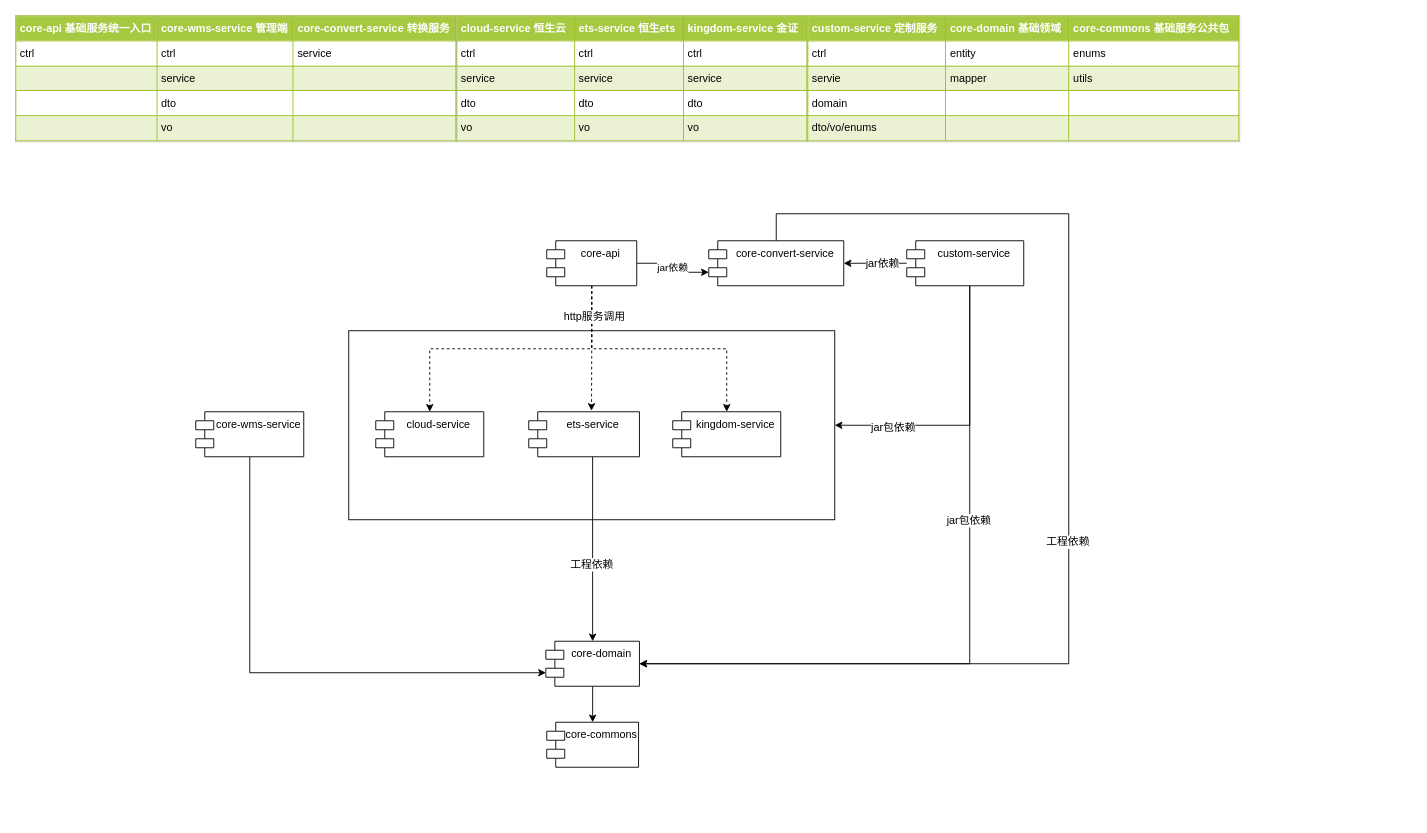
Above: 基金3.0包图.drawio in ammengke/my-drawio (draw.io), before the change. Source tidied: cells renumbered, new cells numbered last; positions are measured from the earlier drawing's top-left corner, leaving out a move shared by most shapes. Both pictures are drawn from the tidied source at 90%, with x=0, y=0 at pixel (15, 15).
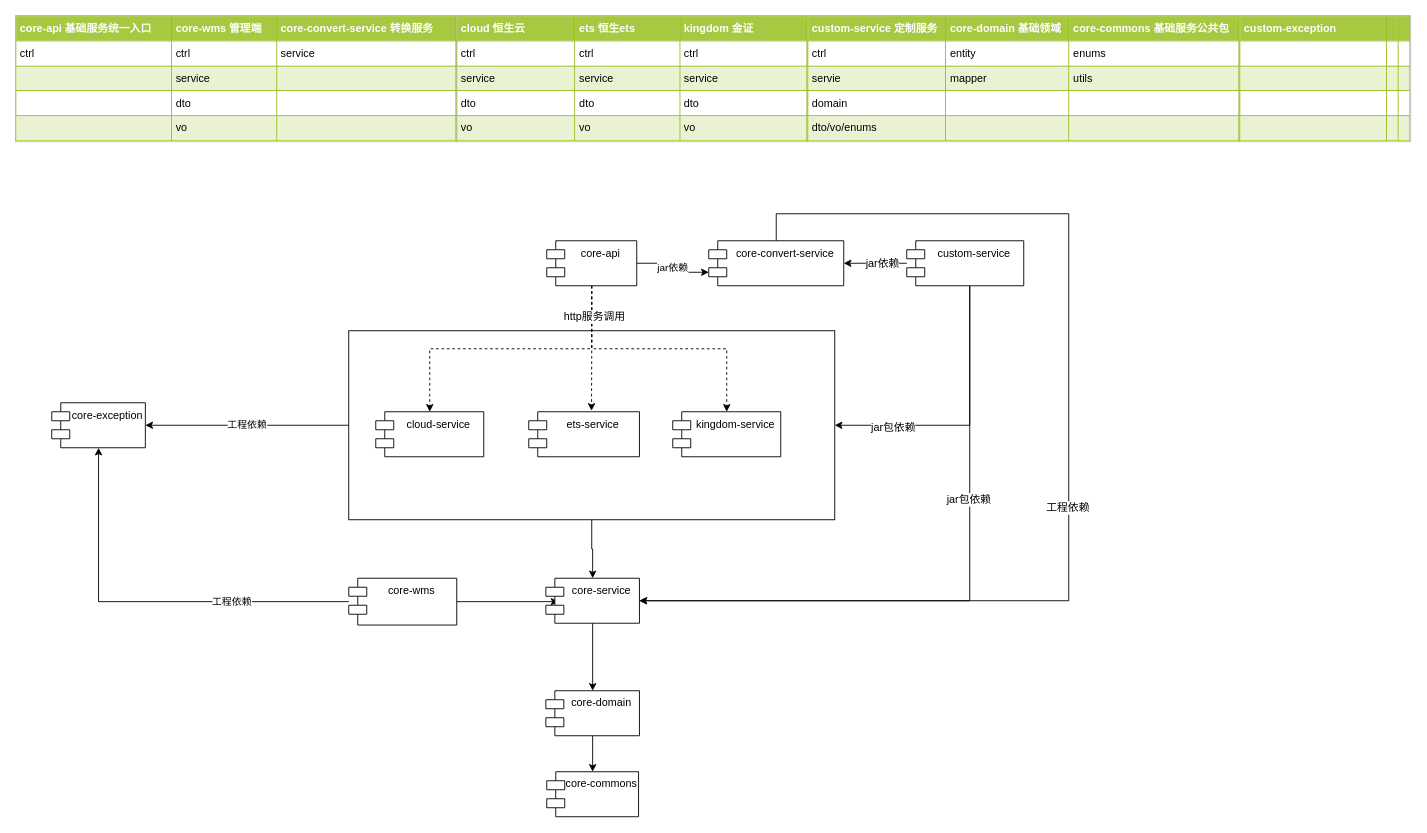
The same page after the edit.

The change refers to these unchanged cells:
```xml
<mxCell id="2" style="rounded=0;whiteSpace=wrap;html=1;" parent="1" vertex="1">
  <mxGeometry x="370" y="350" width="540" height="210" as="geometry" />
</mxCell>
<mxCell id="11" value="ets-service" style="shape=module;align=left;spacingLeft=20;align=center;verticalAlign=top;" parent="1" vertex="1">
  <mxGeometry x="570" y="440" width="123" height="50" as="geometry" />
</mxCell>
<mxCell id="16" value="core-convert-service" style="shape=module;align=left;spacingLeft=20;align=center;verticalAlign=top;" parent="1" vertex="1">
  <mxGeometry x="770" y="250" width="150" height="50" as="geometry" />
</mxCell>
<mxCell id="23" value="custom-service" style="shape=module;align=left;spacingLeft=20;align=center;verticalAlign=top;" parent="1" vertex="1">
  <mxGeometry x="990" y="250" width="130" height="50" as="geometry" />
</mxCell>
```

Diff of the diagram source:
```diff
@@
+    <mxCell id="32" value="工程依赖" style="edgeStyle=orthogonalEdgeStyle;rounded=0;jettySize=auto;html=1;entryX=1;entryY=0.5;entryDx=0;entryDy=0;" parent="1" edge="1" source="2" target="38">
+      <mxGeometry relative="1" as="geometry" />
+    </mxCell>
+    <mxCell id="33" style="edgeStyle=orthogonalEdgeStyle;rounded=0;jettySize=auto;html=1;entryX=0.5;entryY=0;entryDx=0;entryDy=0;" parent="1" edge="1" source="2" target="37">
+      <mxGeometry relative="1" as="geometry" />
+    </mxCell>
@@
-    <mxCell id="9" style="edgeStyle=orthogonalEdgeStyle;rounded=0;jettySize=auto;html=1;exitX=0.577;exitY=1;exitDx=0;exitDy=0;exitPerimeter=0;" parent="1" edge="1" source="11" target="25">
-      <mxGeometry relative="1" as="geometry" />
-    </mxCell>
-    <mxCell id="10" value="工程依赖" style="text;html=1;align=center;verticalAlign=middle;labelBackgroundColor=#ffffff;" parent="9" vertex="1">
-      <mxGeometry x="-0.07" y="3" relative="1" as="geometry">
-        <mxPoint x="-4" y="24" as="offset" />
-      </mxGeometry>
-    </mxCell>
@@
-    <mxCell id="14" style="edgeStyle=orthogonalEdgeStyle;rounded=0;jettySize=auto;html=1;entryX=1;entryY=0.5;entryDx=0;entryDy=0;" parent="1" edge="1" source="16" target="25">
+    <mxCell id="14" style="edgeStyle=orthogonalEdgeStyle;rounded=0;jettySize=auto;html=1;entryX=1;entryY=0.5;entryDx=0;entryDy=0;" parent="1" edge="1" source="16" target="37">
       <mxGeometry relative="1" as="geometry">
         <Array as="points">
           <mxPoint x="845" y="220" />
           <mxPoint x="1170" y="220" />
-          <mxPoint x="1170" y="720" />
+          <mxPoint x="1170" y="650" />
         </Array>
       </mxGeometry>
     </mxCell>
@@
-    <mxCell id="17" style="edgeStyle=orthogonalEdgeStyle;rounded=0;jettySize=auto;html=1;entryX=1;entryY=0.5;entryDx=0;entryDy=0;" parent="1" edge="1" source="23" target="25">
+    <mxCell id="17" style="edgeStyle=orthogonalEdgeStyle;rounded=0;jettySize=auto;html=1;" parent="1" edge="1" source="23" target="37">
       <mxGeometry relative="1" as="geometry">
         <Array as="points">
-          <mxPoint x="1060" y="720" />
+          <mxPoint x="1060" y="650" />
         </Array>
       </mxGeometry>
     </mxCell>
@@
     <mxCell id="25" value="core-domain" style="shape=module;align=left;spacingLeft=20;align=center;verticalAlign=top;" parent="1" vertex="1">
-      <mxGeometry x="589" y="695" width="104" height="50" as="geometry" />
+      <mxGeometry x="589" y="750" width="104" height="50" as="geometry" />
     </mxCell>
-    <mxCell id="26" style="edgeStyle=orthogonalEdgeStyle;rounded=0;jettySize=auto;html=1;entryX=0;entryY=0;entryDx=0;entryDy=35;entryPerimeter=0;" parent="1" edge="1" source="27" target="25">
-      <mxGeometry relative="1" as="geometry">
-        <Array as="points">
-          <mxPoint x="260" y="730" />
-        </Array>
-      </mxGeometry>
-    </mxCell>
+    <mxCell id="34" style="edgeStyle=orthogonalEdgeStyle;rounded=0;jettySize=auto;html=1;entryX=0.135;entryY=0.52;entryDx=0;entryDy=0;entryPerimeter=0;" parent="1" edge="1" source="27" target="37">
+      <mxGeometry relative="1" as="geometry" />
+    </mxCell>
+    <mxCell id="35" value="工程依赖" style="edgeStyle=orthogonalEdgeStyle;rounded=0;jettySize=auto;html=1;entryX=0.5;entryY=1;entryDx=0;entryDy=0;" parent="1" edge="1" source="27" target="38">
+      <mxGeometry x="-0.42" relative="1" as="geometry" />
+    </mxCell>
-    <mxCell id="27" value="core-wms-service" style="shape=module;align=left;spacingLeft=20;align=center;verticalAlign=top;" parent="1" vertex="1">
-      <mxGeometry x="200" y="440" width="120" height="50" as="geometry" />
+    <mxCell id="27" value="core-wms" style="shape=module;align=center;spacingLeft=20;align=center;verticalAlign=top;" parent="1" vertex="1">
+      <mxGeometry x="370" y="625" width="120" height="52" as="geometry" />
     </mxCell>
-    <mxCell id="28" value="&lt;table border=&quot;1&quot; width=&quot;100%&quot; cellpadding=&quot;4&quot; style=&quot;width: 100% ; height: 100% ; border-collapse: collapse&quot;&gt;&lt;tbody&gt;&lt;tr style=&quot;background-color: #a7c942 ; color: #ffffff ; border: 1px solid #98bf21&quot;&gt;&lt;th align=&quot;left&quot;&gt;core-api 基础服务统一入口&lt;/th&gt;&lt;th align=&quot;left&quot;&gt;core-wms-service 管理端&lt;/th&gt;&lt;th align=&quot;left&quot;&gt;core-convert-service 转换服务&lt;/th&gt;&lt;/tr&gt;&lt;tr style=&quot;border: 1px solid #98bf21&quot;&gt;&lt;td&gt;ctrl&lt;/td&gt;&lt;td&gt;ctrl&lt;/td&gt;&lt;td&gt;service&lt;/td&gt;&lt;/tr&gt;&lt;tr style=&quot;background-color: #eaf2d3 ; border: 1px solid #98bf21&quot;&gt;&lt;td&gt;&lt;br&gt;&lt;/td&gt;&lt;td&gt;service&lt;/td&gt;&lt;td&gt;&lt;br&gt;&lt;/td&gt;&lt;/tr&gt;&lt;tr style=&quot;border: 1px solid #98bf21&quot;&gt;&lt;td&gt;&lt;br&gt;&lt;/td&gt;&lt;td&gt;dto&lt;/td&gt;&lt;td&gt;&lt;br&gt;&lt;/td&gt;&lt;/tr&gt;&lt;tr style=&quot;background-color: #eaf2d3 ; border: 1px solid #98bf21&quot;&gt;&lt;td&gt;&lt;br&gt;&lt;/td&gt;&lt;td&gt;vo&lt;/td&gt;&lt;td&gt;&lt;br&gt;&lt;/td&gt;&lt;/tr&gt;&lt;/tbody&gt;&lt;/table&gt;" style="text;html=1;strokeColor=#c0c0c0;fillColor=#ffffff;overflow=fill;rounded=0;glass=0;shadow=0;gradientColor=none;" parent="1" vertex="1">
+    <mxCell id="28" value="&lt;table border=&quot;1&quot; width=&quot;100%&quot; cellpadding=&quot;4&quot; style=&quot;width: 100% ; height: 100% ; border-collapse: collapse&quot;&gt;&lt;tbody&gt;&lt;tr style=&quot;background-color: #a7c942 ; color: #ffffff ; border: 1px solid #98bf21&quot;&gt;&lt;th align=&quot;left&quot;&gt;core-api 基础服务统一入口&lt;/th&gt;&lt;th align=&quot;left&quot;&gt;core-wms 管理端&lt;/th&gt;&lt;th align=&quot;left&quot;&gt;core-convert-service 转换服务&lt;/th&gt;&lt;/tr&gt;&lt;tr style=&quot;border: 1px solid #98bf21&quot;&gt;&lt;td&gt;ctrl&lt;/td&gt;&lt;td&gt;ctrl&lt;/td&gt;&lt;td&gt;service&lt;/td&gt;&lt;/tr&gt;&lt;tr style=&quot;background-color: #eaf2d3 ; border: 1px solid #98bf21&quot;&gt;&lt;td&gt;&lt;br&gt;&lt;/td&gt;&lt;td&gt;service&lt;/td&gt;&lt;td&gt;&lt;br&gt;&lt;/td&gt;&lt;/tr&gt;&lt;tr style=&quot;border: 1px solid #98bf21&quot;&gt;&lt;td&gt;&lt;br&gt;&lt;/td&gt;&lt;td&gt;dto&lt;/td&gt;&lt;td&gt;&lt;br&gt;&lt;/td&gt;&lt;/tr&gt;&lt;tr style=&quot;background-color: #eaf2d3 ; border: 1px solid #98bf21&quot;&gt;&lt;td&gt;&lt;br&gt;&lt;/td&gt;&lt;td&gt;vo&lt;/td&gt;&lt;td&gt;&lt;br&gt;&lt;/td&gt;&lt;/tr&gt;&lt;/tbody&gt;&lt;/table&gt;" style="text;html=1;strokeColor=#c0c0c0;fillColor=#ffffff;overflow=fill;rounded=0;glass=0;shadow=0;gradientColor=none;" parent="1" vertex="1">
       <mxGeometry width="490" height="140" as="geometry" />
     </mxCell>
-    <mxCell id="29" value="&lt;table border=&quot;1&quot; width=&quot;100%&quot; cellpadding=&quot;4&quot; style=&quot;width: 100% ; height: 100% ; border-collapse: collapse&quot;&gt;&lt;tbody&gt;&lt;tr style=&quot;background-color: #a7c942 ; color: #ffffff ; border: 1px solid #98bf21&quot;&gt;&lt;th align=&quot;left&quot;&gt;cloud-service 恒生云&lt;/th&gt;&lt;th align=&quot;left&quot;&gt;ets-service 恒生ets&lt;/th&gt;&lt;th align=&quot;left&quot;&gt;kingdom-service 金证&lt;/th&gt;&lt;/tr&gt;&lt;tr style=&quot;border: 1px solid #98bf21&quot;&gt;&lt;td&gt;ctrl&lt;/td&gt;&lt;td&gt;ctrl&lt;/td&gt;&lt;td&gt;ctrl&lt;/td&gt;&lt;/tr&gt;&lt;tr style=&quot;background-color: #eaf2d3 ; border: 1px solid #98bf21&quot;&gt;&lt;td&gt;service&lt;/td&gt;&lt;td&gt;service&lt;/td&gt;&lt;td&gt;service&lt;/td&gt;&lt;/tr&gt;&lt;tr style=&quot;border: 1px solid #98bf21&quot;&gt;&lt;td&gt;dto&lt;/td&gt;&lt;td&gt;dto&lt;/td&gt;&lt;td&gt;dto&lt;/td&gt;&lt;/tr&gt;&lt;tr style=&quot;background-color: #eaf2d3 ; border: 1px solid #98bf21&quot;&gt;&lt;td&gt;vo&lt;/td&gt;&lt;td&gt;vo&lt;/td&gt;&lt;td&gt;vo&lt;/td&gt;&lt;/tr&gt;&lt;/tbody&gt;&lt;/table&gt;" style="text;html=1;strokeColor=#c0c0c0;fillColor=#ffffff;overflow=fill;rounded=0;shadow=0;glass=0;align=left;" parent="1" vertex="1">
+    <mxCell id="29" value="&lt;table border=&quot;1&quot; width=&quot;100%&quot; cellpadding=&quot;4&quot; style=&quot;width: 100% ; height: 100% ; border-collapse: collapse&quot;&gt;&lt;tbody&gt;&lt;tr style=&quot;background-color: #a7c942 ; color: #ffffff ; border: 1px solid #98bf21&quot;&gt;&lt;th align=&quot;left&quot;&gt;cloud 恒生云&lt;/th&gt;&lt;th align=&quot;left&quot;&gt;ets 恒生ets&lt;/th&gt;&lt;th align=&quot;left&quot;&gt;kingdom 金证&lt;/th&gt;&lt;/tr&gt;&lt;tr style=&quot;border: 1px solid #98bf21&quot;&gt;&lt;td&gt;ctrl&lt;/td&gt;&lt;td&gt;ctrl&lt;/td&gt;&lt;td&gt;ctrl&lt;/td&gt;&lt;/tr&gt;&lt;tr style=&quot;background-color: #eaf2d3 ; border: 1px solid #98bf21&quot;&gt;&lt;td&gt;service&lt;/td&gt;&lt;td&gt;service&lt;/td&gt;&lt;td&gt;service&lt;/td&gt;&lt;/tr&gt;&lt;tr style=&quot;border: 1px solid #98bf21&quot;&gt;&lt;td&gt;dto&lt;/td&gt;&lt;td&gt;dto&lt;/td&gt;&lt;td&gt;dto&lt;/td&gt;&lt;/tr&gt;&lt;tr style=&quot;background-color: #eaf2d3 ; border: 1px solid #98bf21&quot;&gt;&lt;td&gt;vo&lt;/td&gt;&lt;td&gt;vo&lt;/td&gt;&lt;td&gt;vo&lt;/td&gt;&lt;/tr&gt;&lt;/tbody&gt;&lt;/table&gt;" style="text;html=1;strokeColor=#c0c0c0;fillColor=#ffffff;overflow=fill;rounded=0;shadow=0;glass=0;align=left;" parent="1" vertex="1">
       <mxGeometry x="490" width="390" height="140" as="geometry" />
     </mxCell>
@@
     <mxCell id="31" value="core-commons" style="shape=module;align=left;spacingLeft=20;align=center;verticalAlign=top;" parent="1" vertex="1">
-      <mxGeometry x="590" y="785" width="102" height="50" as="geometry" />
+      <mxGeometry x="590" y="840" width="102" height="50" as="geometry" />
     </mxCell>
+    <mxCell id="36" style="edgeStyle=orthogonalEdgeStyle;rounded=0;jettySize=auto;html=1;exitX=0.5;exitY=1;exitDx=0;exitDy=0;" parent="1" edge="1" source="37" target="25">
+      <mxGeometry relative="1" as="geometry" />
+    </mxCell>
+    <mxCell id="37" value="core-service" style="shape=module;align=left;spacingLeft=20;align=center;verticalAlign=top;" parent="1" vertex="1">
+      <mxGeometry x="589" y="625" width="104" height="50" as="geometry" />
+    </mxCell>
+    <mxCell id="38" value="core-exception" style="shape=module;align=left;spacingLeft=20;align=center;verticalAlign=top;" parent="1" vertex="1">
+      <mxGeometry x="40" y="430" width="104" height="50" as="geometry" />
+    </mxCell>
+    <mxCell id="39" value="&lt;table border=&quot;1&quot; width=&quot;100%&quot; cellpadding=&quot;4&quot; style=&quot;width: 100% ; height: 100% ; border-collapse: collapse&quot;&gt;&lt;tbody&gt;&lt;tr style=&quot;background-color: #a7c942 ; color: #ffffff ; border: 1px solid #98bf21&quot;&gt;&lt;th align=&quot;left&quot;&gt;custom-exception&lt;/th&gt;&lt;th align=&quot;left&quot;&gt;&lt;br&gt;&lt;/th&gt;&lt;th align=&quot;left&quot;&gt;&lt;br&gt;&lt;/th&gt;&lt;/tr&gt;&lt;tr style=&quot;border: 1px solid #98bf21&quot;&gt;&lt;td&gt;&lt;br&gt;&lt;/td&gt;&lt;td&gt;&lt;br&gt;&lt;/td&gt;&lt;td&gt;&lt;br&gt;&lt;/td&gt;&lt;/tr&gt;&lt;tr style=&quot;background-color: #eaf2d3 ; border: 1px solid #98bf21&quot;&gt;&lt;td&gt;&lt;br&gt;&lt;/td&gt;&lt;td&gt;&lt;br&gt;&lt;/td&gt;&lt;td&gt;&lt;br&gt;&lt;/td&gt;&lt;/tr&gt;&lt;tr style=&quot;border: 1px solid #98bf21&quot;&gt;&lt;td&gt;&lt;br&gt;&lt;/td&gt;&lt;td&gt;&lt;br&gt;&lt;/td&gt;&lt;td&gt;&lt;br&gt;&lt;/td&gt;&lt;/tr&gt;&lt;tr style=&quot;background-color: #eaf2d3 ; border: 1px solid #98bf21&quot;&gt;&lt;td&gt;&lt;br&gt;&lt;/td&gt;&lt;td&gt;&lt;br&gt;&lt;/td&gt;&lt;td&gt;&lt;br&gt;&lt;/td&gt;&lt;/tr&gt;&lt;/tbody&gt;&lt;/table&gt;" style="text;html=1;strokeColor=#c0c0c0;fillColor=#ffffff;overflow=fill;rounded=0;shadow=0;glass=0;align=left;" parent="1" vertex="1">
+      <mxGeometry x="1360" width="190" height="140" as="geometry" />
+    </mxCell>
```
